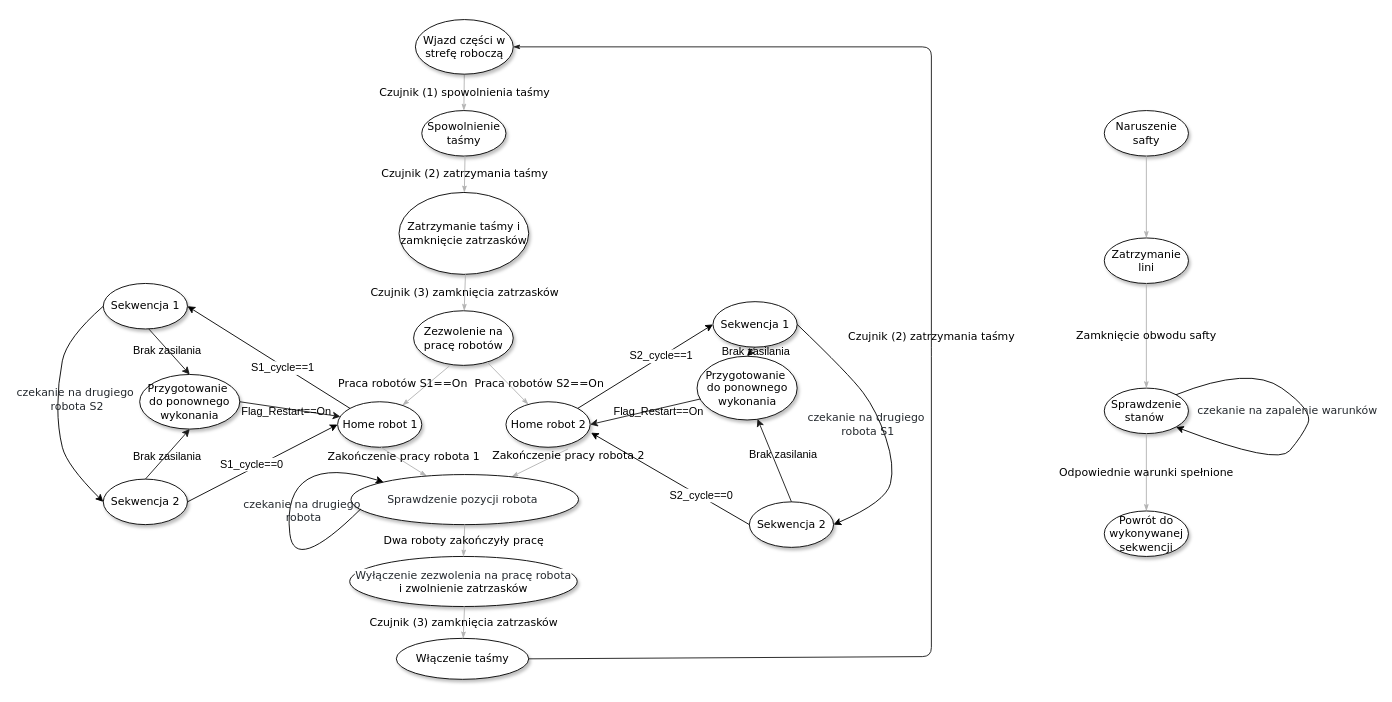
Before: Graf_Safty_Edit.drawio in Jakub-Bielawski/P_TS, a draw.io diagram. Source tidied: cells renumbered, new cells numbered last; positions are measured from the earlier drawing's top-left corner, leaving out a move shared by most shapes. Both pictures are drawn from the tidied source at 91%, with x=0, y=0 at pixel (57, 19).
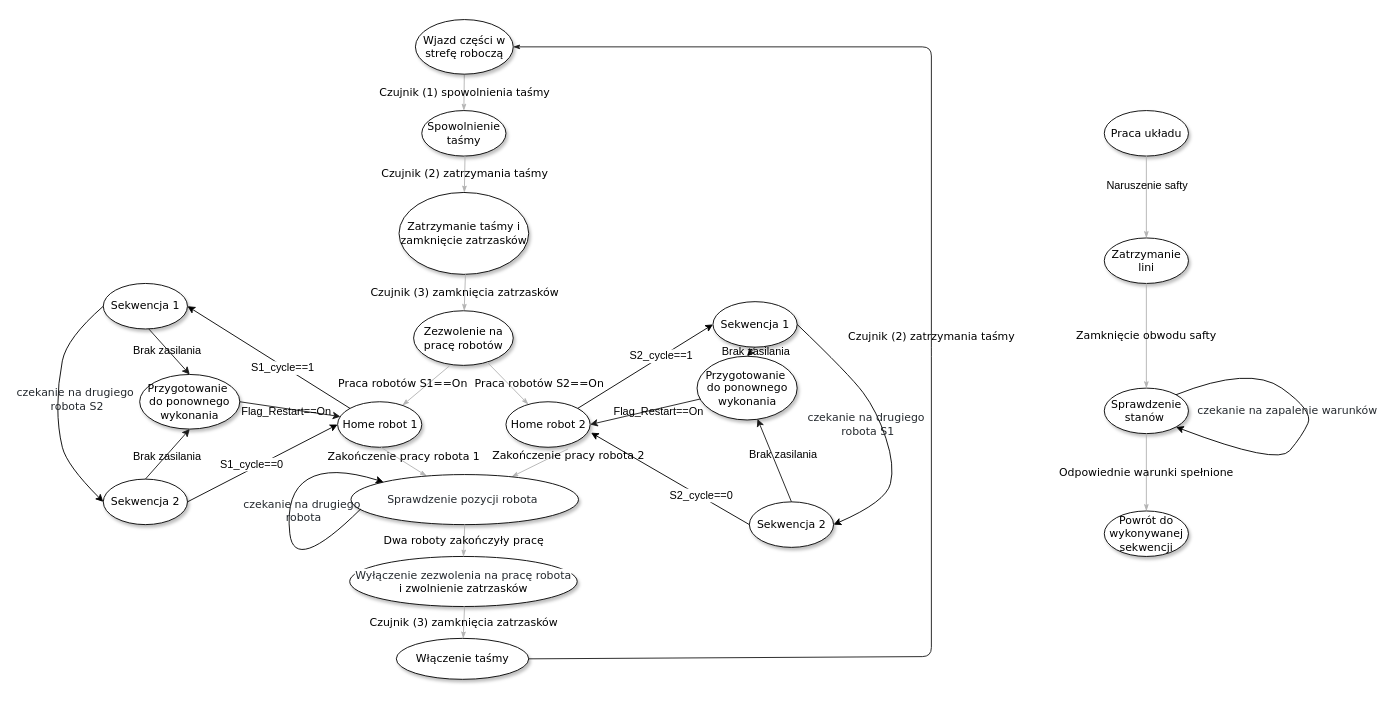
After the change.

The change refers to these unchanged cells:
```xml
<mxCell id="42" style="edgeStyle=none;rounded=1;html=1;labelBackgroundColor=none;startArrow=none;startFill=0;startSize=5;endArrow=classicThin;endFill=1;endSize=5;jettySize=auto;strokeColor=#B3B3B3;strokeWidth=1;fontFamily=Verdana;fontSize=12;exitX=0.5;exitY=1;exitDx=0;exitDy=0;entryX=0.5;entryY=0;entryDx=0;entryDy=0;" parent="1" edge="1" source="40" target="41">
  <mxGeometry relative="1" as="geometry" />
</mxCell>
```

Diff of the diagram source:
```diff
@@
-    <mxCell id="40" value="&lt;span&gt;Naruszenie safty&lt;/span&gt;" style="ellipse;whiteSpace=wrap;html=1;rounded=0;shadow=1;comic=0;labelBackgroundColor=none;strokeWidth=1;fontFamily=Verdana;fontSize=12;align=center;" parent="1" vertex="1">
+    <mxCell id="40" value="&lt;span&gt;Praca układu&lt;/span&gt;" style="ellipse;whiteSpace=wrap;html=1;rounded=0;shadow=1;comic=0;labelBackgroundColor=none;strokeWidth=1;fontFamily=Verdana;fontSize=12;align=center;" parent="1" vertex="1">
       <mxGeometry x="1150" y="100" width="92.5" height="50" as="geometry" />
     </mxCell>
@@
+    <mxCell id="62" value="Naruszenie safty" style="text;html=1;align=center;verticalAlign=middle;labelBackgroundColor=none;" parent="42" vertex="1">
+      <mxGeometry x="-0.29" relative="1" as="geometry" />
+    </mxCell>
```
